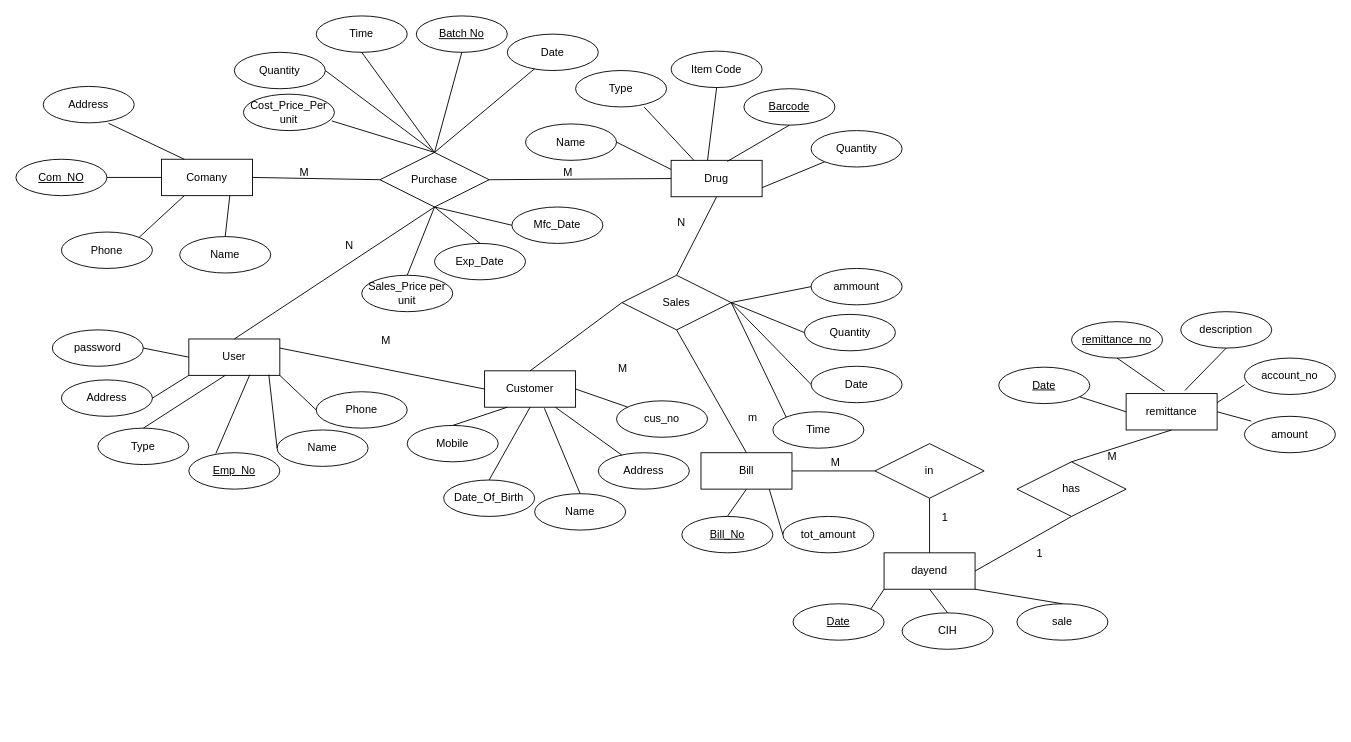
This is diagrams/Untitled Diagram.drawio from Waruna00/Pharmacy-Management-System, a draw.io file, before an edit. Source tidied: cells renumbered, new cells numbered last; positions are measured from the earlier drawing's top-left corner, leaving out a move shared by most shapes. Both pictures are drawn from the tidied source at 91%, with x=0, y=0 at pixel (15, 15).
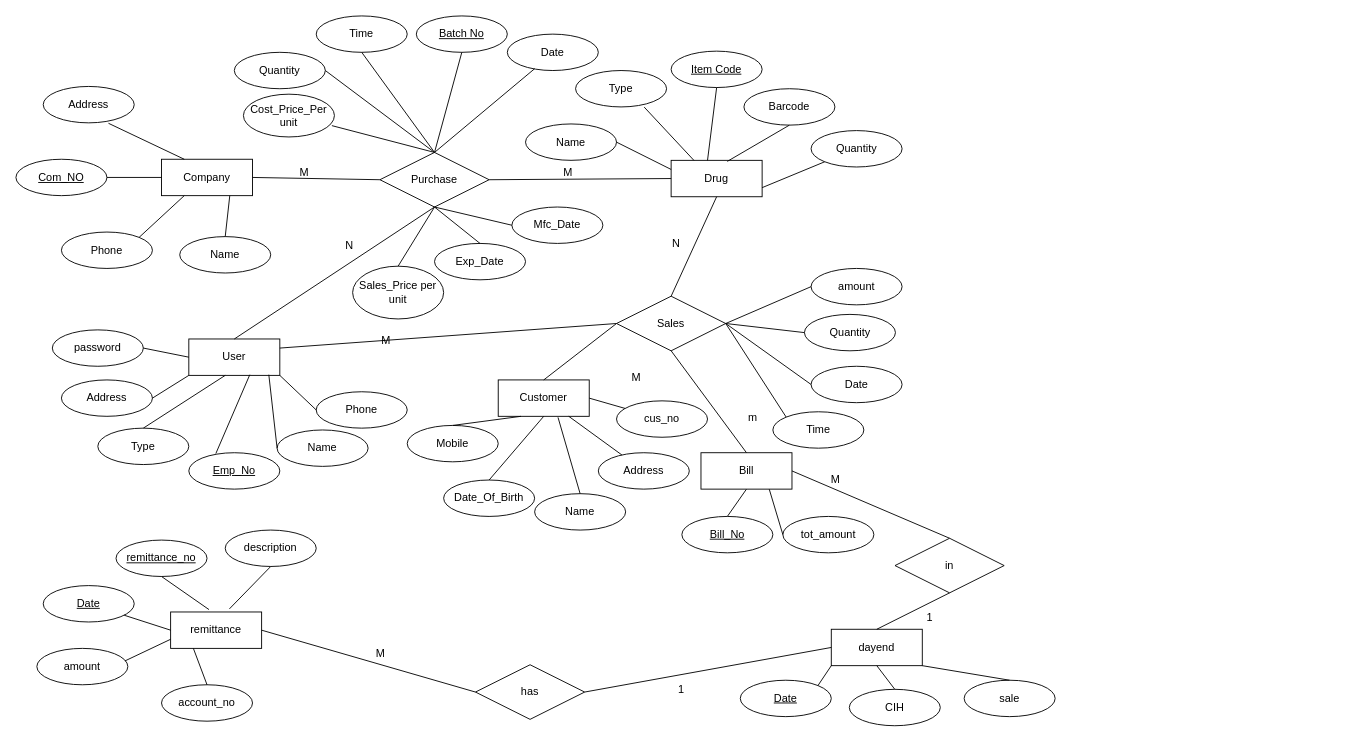
The same page after the edit.

Unchanged cells that the change refers to:
```xml
<mxCell id="57" value="User" style="whiteSpace=wrap;html=1;align=center;" parent="1" vertex="1">
  <mxGeometry x="190" y="355" width="100" height="40" as="geometry" />
</mxCell>
<mxCell id="84" value="Bill" style="whiteSpace=wrap;html=1;align=center;" parent="1" vertex="1">
  <mxGeometry x="752.8" y="480" width="100" height="40" as="geometry" />
</mxCell>
```

Change to the diagram source:
```diff
@@
-    <mxCell id="2" value="Comany" style="whiteSpace=wrap;html=1;align=center;" parent="1" vertex="1">
+    <mxCell id="2" value="Company" style="whiteSpace=wrap;html=1;align=center;" parent="1" vertex="1">
       <mxGeometry x="160" y="157.5" width="100" height="40" as="geometry" />
     </mxCell>
@@
-    <mxCell id="23" value="Item Code" style="ellipse;whiteSpace=wrap;html=1;align=center;" parent="1" vertex="1">
+    <mxCell id="23" value="&lt;u&gt;Item Code&lt;/u&gt;" style="ellipse;whiteSpace=wrap;html=1;align=center;" parent="1" vertex="1">
       <mxGeometry x="720" y="38.7" width="100" height="40" as="geometry" />
     </mxCell>
-    <mxCell id="24" value="&lt;u&gt;Barcode&lt;/u&gt;" style="ellipse;whiteSpace=wrap;html=1;align=center;" parent="1" vertex="1">
+    <mxCell id="24" value="Barcode" style="ellipse;whiteSpace=wrap;html=1;align=center;" parent="1" vertex="1">
       <mxGeometry x="800" y="80" width="100" height="40" as="geometry" />
     </mxCell>
     <mxCell id="25" value="Cost_Price_Per unit" style="ellipse;whiteSpace=wrap;html=1;align=center;" parent="1" vertex="1">
-      <mxGeometry x="250" y="86" width="100" height="40" as="geometry" />
+      <mxGeometry x="250" y="86" width="100" height="47" as="geometry" />
     </mxCell>
@@
     <mxCell id="28" value="Sales_Price per unit" style="ellipse;whiteSpace=wrap;html=1;align=center;" parent="1" vertex="1">
-      <mxGeometry x="380" y="285" width="100" height="40" as="geometry" />
+      <mxGeometry x="370" y="275" width="100" height="58" as="geometry" />
     </mxCell>
@@
     <mxCell id="39" value="Sales" style="shape=rhombus;perimeter=rhombusPerimeter;whiteSpace=wrap;html=1;align=center;" parent="1" vertex="1">
-      <mxGeometry x="666" y="285" width="120" height="60" as="geometry" />
+      <mxGeometry x="660" y="308" width="120" height="60" as="geometry" />
     </mxCell>
@@
     <mxCell id="48" value="Customer" style="whiteSpace=wrap;html=1;align=center;" parent="1" vertex="1">
-      <mxGeometry x="515" y="390" width="100" height="40" as="geometry" />
+      <mxGeometry x="530" y="400" width="100" height="40" as="geometry" />
     </mxCell>
@@
-    <mxCell id="78" style="endArrow=none;html=1;rounded=0;entryX=0;entryY=0.5;entryDx=0;entryDy=0;exitX=1;exitY=0.25;exitDx=0;exitDy=0;" parent="1" edge="1" source="57" target="48">
+    <mxCell id="78" style="endArrow=none;html=1;rounded=0;entryX=0;entryY=0.5;entryDx=0;entryDy=0;exitX=1;exitY=0.25;exitDx=0;exitDy=0;" parent="1" edge="1" source="57" target="39">
       <mxGeometry relative="1" as="geometry" />
     </mxCell>
@@
-    <mxCell id="87" value="ammount" style="ellipse;whiteSpace=wrap;html=1;align=center;" parent="1" vertex="1">
+    <mxCell id="87" value="amount" style="ellipse;whiteSpace=wrap;html=1;align=center;" parent="1" vertex="1">
       <mxGeometry x="873.8" y="277.5" width="100" height="40" as="geometry" />
     </mxCell>
@@
     <mxCell id="91" value="in" style="shape=rhombus;perimeter=rhombusPerimeter;whiteSpace=wrap;html=1;align=center;" parent="1" vertex="1">
-      <mxGeometry x="944" y="470" width="120" height="60" as="geometry" />
+      <mxGeometry x="966" y="574" width="120" height="60" as="geometry" />
     </mxCell>
-    <mxCell id="92" style="endArrow=none;html=1;entryX=0;entryY=0.5;entryDx=0;entryDy=0;exitX=1;exitY=0.5;exitDx=0;exitDy=0;" parent="1" edge="1" source="84" target="91">
+    <mxCell id="92" style="endArrow=none;html=1;entryX=0.5;entryY=0;entryDx=0;entryDy=0;exitX=1;exitY=0.5;exitDx=0;exitDy=0;" parent="1" edge="1" source="84" target="91">
       <mxGeometry relative="1" as="geometry" />
     </mxCell>
     <mxCell id="93" value="dayend" style="whiteSpace=wrap;html=1;align=center;" parent="1" vertex="1">
-      <mxGeometry x="954" y="590" width="100" height="40" as="geometry" />
+      <mxGeometry x="896" y="674" width="100" height="40" as="geometry" />
     </mxCell>
@@
     <mxCell id="95" value="&lt;u&gt;Date&lt;/u&gt;" style="ellipse;whiteSpace=wrap;html=1;align=center;" parent="1" vertex="1">
-      <mxGeometry x="854" y="646" width="100" height="40" as="geometry" />
+      <mxGeometry x="796" y="730" width="100" height="40" as="geometry" />
     </mxCell>
@@
     <mxCell id="97" value="CIH" style="ellipse;whiteSpace=wrap;html=1;align=center;" parent="1" vertex="1">
-      <mxGeometry x="973.8" y="656" width="100" height="40" as="geometry" />
+      <mxGeometry x="915.8" y="740" width="100" height="40" as="geometry" />
     </mxCell>
     <mxCell id="98" value="&lt;u&gt;remittance_no&lt;/u&gt;" style="ellipse;whiteSpace=wrap;html=1;align=center;" parent="1" vertex="1">
-      <mxGeometry x="1160" y="336" width="100" height="40" as="geometry" />
+      <mxGeometry x="110" y="576" width="100" height="40" as="geometry" />
     </mxCell>
-    <mxCell id="99" style="endArrow=none;html=1;rounded=0;entryX=1;entryY=0.5;entryDx=0;entryDy=0;exitX=0.5;exitY=1;exitDx=0;exitDy=0;" parent="1" edge="1" source="106" target="93">
+    <mxCell id="99" style="endArrow=none;html=1;rounded=0;entryX=0;entryY=0.5;entryDx=0;entryDy=0;exitX=1;exitY=0.5;exitDx=0;exitDy=0;" parent="1" edge="1" source="106" target="93">
       <mxGeometry relative="1" as="geometry" />
     </mxCell>
     <mxCell id="100" value="sale" style="ellipse;whiteSpace=wrap;html=1;align=center;" parent="1" vertex="1">
-      <mxGeometry x="1100" y="646" width="100" height="40" as="geometry" />
+      <mxGeometry x="1042" y="730" width="100" height="40" as="geometry" />
     </mxCell>
@@
     <mxCell id="103" value="M" style="html=1;align=left;verticalAlign=bottom;" parent="1" vertex="1">
-      <mxGeometry x="670" y="406" as="geometry">
+      <mxGeometry x="670" y="425" as="geometry">
         <mxPoint x="224" y="93" as="offset" />
       </mxGeometry>
     </mxCell>
     <mxCell id="104" value="1" style="html=1;align=left;verticalAlign=bottom;" parent="1" vertex="1">
-      <mxGeometry x="820" y="455" as="geometry">
+      <mxGeometry x="802.8" y="565" as="geometry">
         <mxPoint x="196" y="104" as="offset" />
       </mxGeometry>
     </mxCell>
     <mxCell id="105" value="remittance" style="whiteSpace=wrap;html=1;align=center;" parent="1" vertex="1">
-      <mxGeometry x="1220" y="415" width="100" height="40" as="geometry" />
+      <mxGeometry x="170" y="655" width="100" height="40" as="geometry" />
     </mxCell>
     <mxCell id="106" value="has" style="shape=rhombus;perimeter=rhombusPerimeter;whiteSpace=wrap;html=1;align=center;" parent="1" vertex="1">
-      <mxGeometry x="1100" y="490" width="120" height="60" as="geometry" />
+      <mxGeometry x="505" y="713" width="120" height="60" as="geometry" />
     </mxCell>
-    <mxCell id="107" style="endArrow=none;html=1;rounded=0;entryX=0.5;entryY=0;entryDx=0;entryDy=0;exitX=0.5;exitY=1;exitDx=0;exitDy=0;" parent="1" edge="1" source="105" target="106">
+    <mxCell id="107" style="endArrow=none;html=1;rounded=0;entryX=0;entryY=0.5;entryDx=0;entryDy=0;exitX=1;exitY=0.5;exitDx=0;exitDy=0;" parent="1" edge="1" source="105" target="106">
       <mxGeometry relative="1" as="geometry" />
     </mxCell>
     <mxCell id="108" value="&lt;u&gt;Date&lt;/u&gt;" style="ellipse;whiteSpace=wrap;html=1;align=center;" parent="1" vertex="1">
-      <mxGeometry x="1080" y="386" width="100" height="40" as="geometry" />
+      <mxGeometry x="30" y="626" width="100" height="40" as="geometry" />
     </mxCell>
@@
     <mxCell id="111" value="description" style="ellipse;whiteSpace=wrap;html=1;align=center;" parent="1" vertex="1">
-      <mxGeometry x="1280" y="325" width="100" height="40" as="geometry" />
+      <mxGeometry x="230" y="565" width="100" height="40" as="geometry" />
     </mxCell>
     <mxCell id="112" value="account_no" style="ellipse;whiteSpace=wrap;html=1;align=center;" parent="1" vertex="1">
-      <mxGeometry x="1350" y="376" width="100" height="40" as="geometry" />
+      <mxGeometry x="160" y="735" width="100" height="40" as="geometry" />
     </mxCell>
     <mxCell id="113" value="amount" style="ellipse;whiteSpace=wrap;html=1;align=center;" parent="1" vertex="1">
-      <mxGeometry x="1350" y="440" width="100" height="40" as="geometry" />
+      <mxGeometry x="23" y="695" width="100" height="40" as="geometry" />
     </mxCell>
@@
-    <mxCell id="115" style="endArrow=none;html=1;rounded=0;exitX=1;exitY=0.25;exitDx=0;exitDy=0;entryX=0.002;entryY=0.73;entryDx=0;entryDy=0;entryPerimeter=0;" parent="1" edge="1" source="105" target="112">
+    <mxCell id="115" style="endArrow=none;html=1;rounded=0;exitX=0.25;exitY=1;exitDx=0;exitDy=0;entryX=0.5;entryY=0;entryDx=0;entryDy=0;" parent="1" edge="1" source="105" target="112">
       <mxGeometry relative="1" as="geometry" />
     </mxCell>
-    <mxCell id="116" style="endArrow=none;html=1;rounded=0;exitX=0.074;exitY=0.13;exitDx=0;exitDy=0;entryX=1;entryY=0.5;entryDx=0;entryDy=0;exitPerimeter=0;" parent="1" edge="1" source="113" target="105">
+    <mxCell id="116" style="endArrow=none;html=1;rounded=0;exitX=0.968;exitY=0.345;exitDx=0;exitDy=0;entryX=0;entryY=0.75;entryDx=0;entryDy=0;exitPerimeter=0;" parent="1" edge="1" source="113" target="105">
       <mxGeometry relative="1" as="geometry" />
     </mxCell>
     <mxCell id="117" value="1" style="html=1;align=left;verticalAlign=bottom;" parent="1" vertex="1">
-      <mxGeometry x="923.8" y="495" as="geometry">
+      <mxGeometry x="530" y="644" as="geometry">
         <mxPoint x="196" y="104" as="offset" />
       </mxGeometry>
     </mxCell>
     <mxCell id="118" value="M" style="html=1;align=left;verticalAlign=bottom;" parent="1" vertex="1">
-      <mxGeometry x="973.8" y="400" as="geometry">
+      <mxGeometry x="170" y="616" as="geometry">
         <mxPoint x="224" y="93" as="offset" />
       </mxGeometry>
     </mxCell>
```
